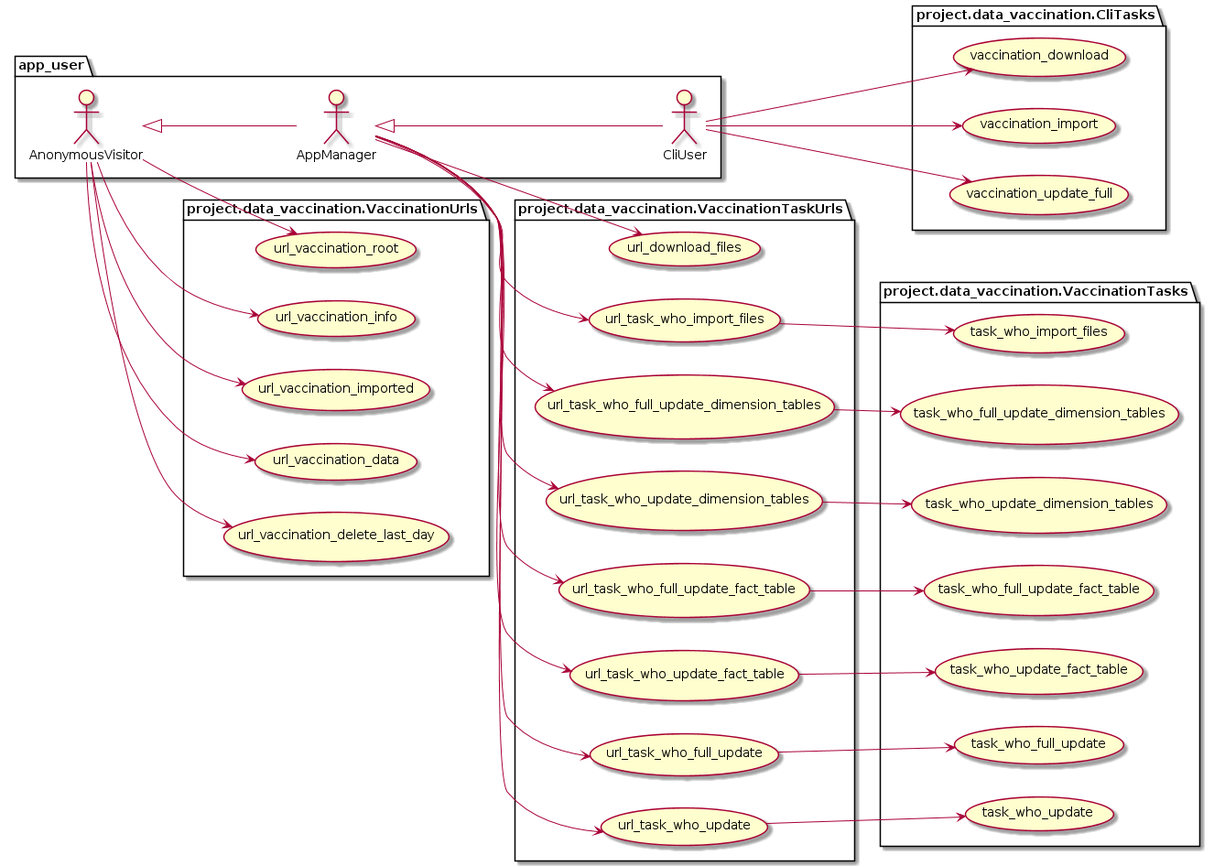
The PlantUML diagram docs/uml/project/data_vaccination/views.png in thomaswoehlke/flask_covid19, before a commit.
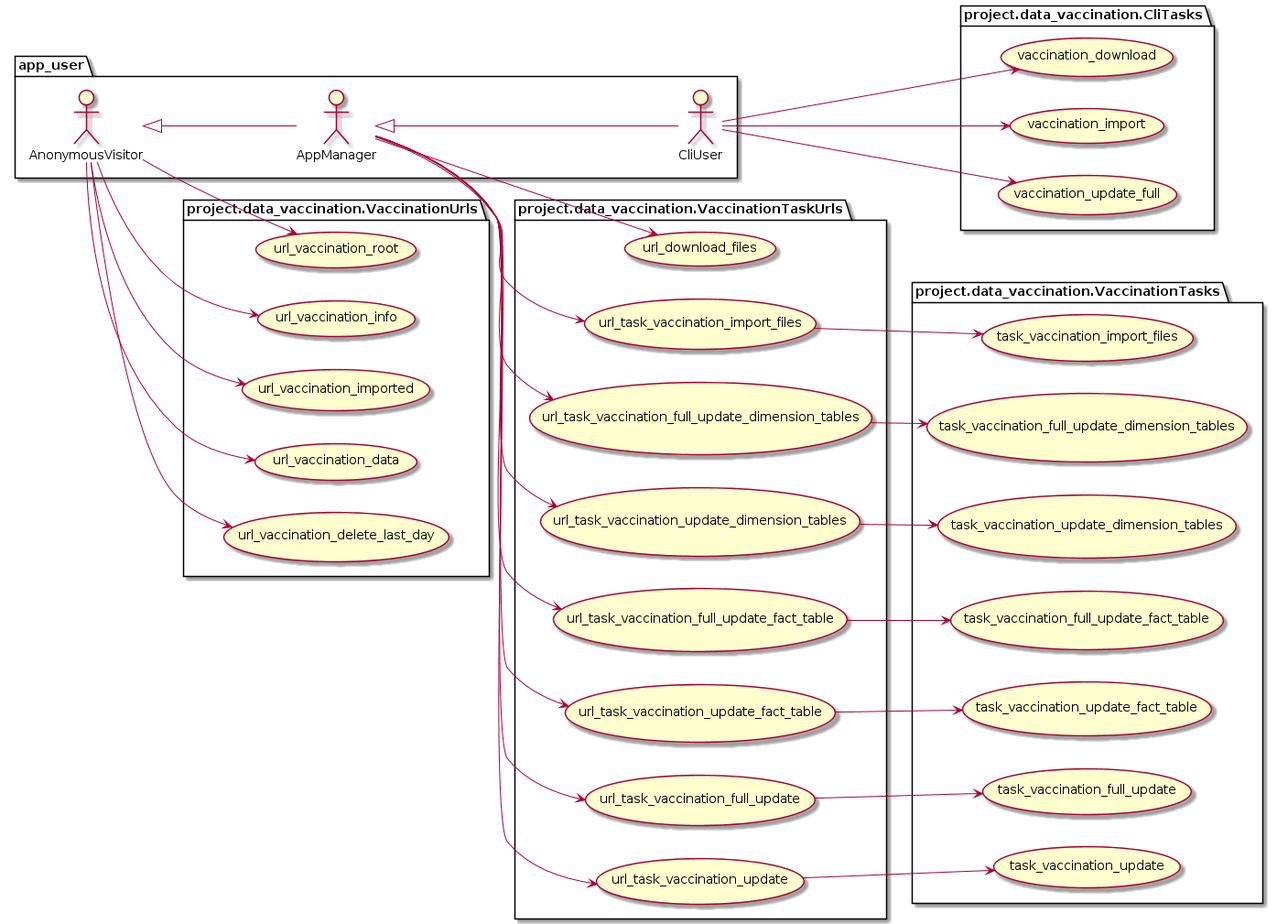
Above is the later version.

Diff of the diagram source:
```diff
@@ -13,13 +13,13 @@
 package project.data_vaccination.VaccinationTaskUrls {
 
 	usecase url_download_files as UC10
-	usecase url_task_who_import_files as UC11
-	usecase url_task_who_full_update_dimension_tables as UC12
-	usecase url_task_who_update_dimension_tables as UC13
-	usecase url_task_who_full_update_fact_table as UC14
-	usecase url_task_who_update_fact_table as UC15
-	usecase url_task_who_full_update as UC16
-	usecase url_task_who_update as UC17
+	usecase url_task_vaccination_import_files as UC11
+	usecase url_task_vaccination_full_update_dimension_tables as UC12
+	usecase url_task_vaccination_update_dimension_tables as UC13
+	usecase url_task_vaccination_full_update_fact_table as UC14
+	usecase url_task_vaccination_update_fact_table as UC15
+	usecase url_task_vaccination_full_update as UC16
+	usecase url_task_vaccination_update as UC17
 
 	am --> UC10
     am --> UC11
@@ -33,13 +33,13 @@
 
 package project.data_vaccination.VaccinationTasks {
 
-	usecase task_who_import_files as UC21
-	usecase task_who_full_update_dimension_tables as UC22
-	usecase task_who_update_dimension_tables as UC23
-	usecase task_who_full_update_fact_table as UC24
-	usecase task_who_update_fact_table as UC25
-	usecase task_who_full_update as UC26
-	usecase task_who_update as UC27
+	usecase task_vaccination_import_files as UC21
+	usecase task_vaccination_full_update_dimension_tables as UC22
+	usecase task_vaccination_update_dimension_tables as UC23
+	usecase task_vaccination_full_update_fact_table as UC24
+	usecase task_vaccination_update_fact_table as UC25
+	usecase task_vaccination_full_update as UC26
+	usecase task_vaccination_update as UC27
 
     UC11 --> UC21
     UC12 --> UC22
```
